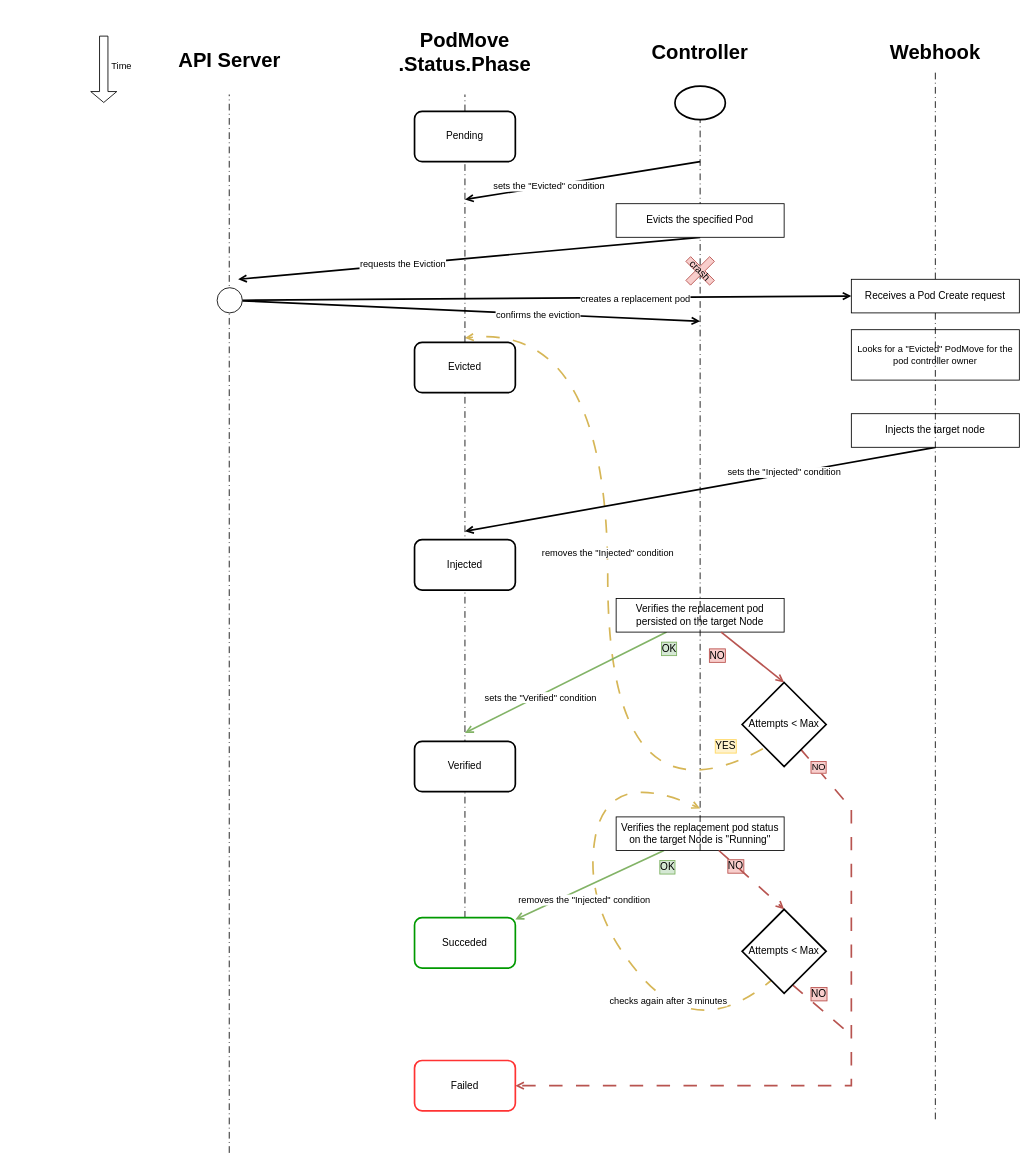
Above: notes/timeline-evicted-before.drawio in andreabuon/podtetris (draw.io), before the change. Source tidied: cells renumbered, new cells numbered last; positions are measured from the earlier drawing's top-left corner, leaving out a move shared by most shapes. Both pictures are drawn from the tidied source at 84%, with x=0, y=0 at pixel (103, 35).
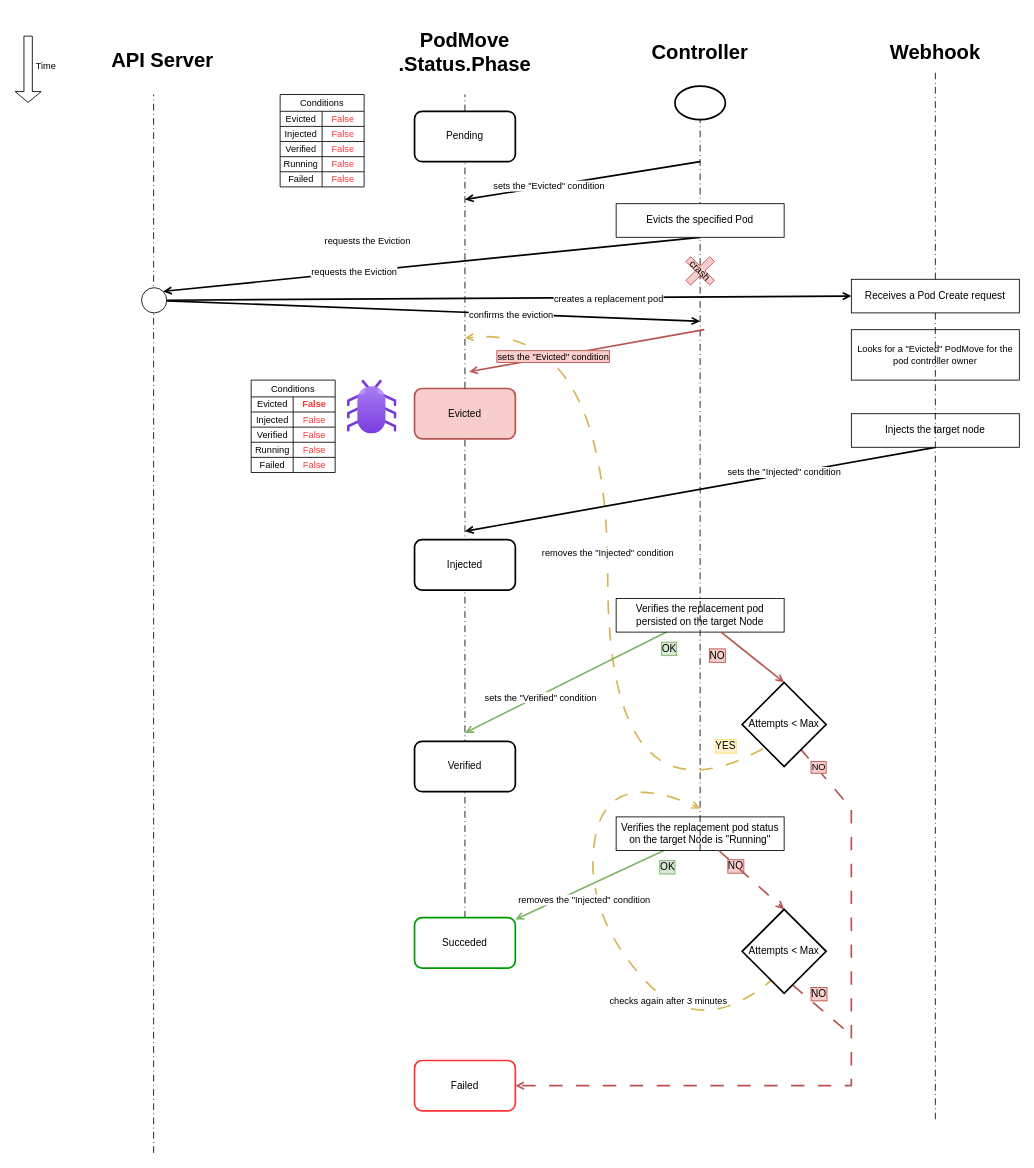
Above is the later version.

Commit message (it also covers changes not shown here):
docs(timelines): add conditions tables, bug on evicted before, change font colors, fix wrong "running" condition check

The change refers to these unchanged cells:
```xml
<mxCell id="54" value="Evicts the specified Pod" style="rounded=0;whiteSpace=wrap;html=1;" parent="1" vertex="1">
  <mxGeometry x="610" y="200" width="200" height="40" as="geometry" />
</mxCell>
```

What changed in the source:
```diff
@@
-    <mxCell id="6" value="Evicted" style="rounded=1;whiteSpace=wrap;html=1;strokeWidth=2;" parent="1" vertex="1">
-      <mxGeometry x="370" y="365" width="120" height="60" as="geometry" />
+    <mxCell id="6" value="Evicted" style="rounded=1;whiteSpace=wrap;html=1;strokeWidth=2;shadow=0;glass=0;fillColor=#f8cecc;strokeColor=#b85450;" parent="1" vertex="1">
+      <mxGeometry x="370" y="420" width="120" height="60" as="geometry" />
     </mxCell>
@@
-    <mxCell id="14" style="endArrow=open;html=1;rounded=0;exitX=0.5;exitY=1;exitDx=0;exitDy=0;strokeWidth=2;endFill=0;" parent="1" edge="1" source="54">
-      <mxGeometry relative="1" as="geometry">
-        <mxPoint x="160" y="290" as="targetPoint" />
-      </mxGeometry>
+    <mxCell id="14" style="endArrow=open;html=1;rounded=0;exitX=0.5;exitY=1;exitDx=0;exitDy=0;strokeWidth=2;endFill=0;entryX=1;entryY=0;entryDx=0;entryDy=0;" parent="1" edge="1" source="54" target="60">
+      <mxGeometry relative="1" as="geometry" />
     </mxCell>
@@
     <mxCell id="45" style="shape=flexArrow;endArrow=classic;html=1;rounded=0;strokeWidth=1;startSize=4;endSize=4;" parent="1" edge="1">
       <mxGeometry relative="1" as="geometry">
-        <mxPoint as="sourcePoint" />
-        <mxPoint y="80" as="targetPoint" />
+        <mxPoint x="-90" as="sourcePoint" />
+        <mxPoint x="-90" y="80" as="targetPoint" />
       </mxGeometry>
     </mxCell>
@@
     <mxCell id="48" value="&lt;h1&gt;API Server&lt;/h1&gt;" style="text;html=1;whiteSpace=wrap;strokeColor=none;fillColor=none;align=center;verticalAlign=middle;rounded=0;fontStyle=0;fontSize=12;fontFamily=Helvetica;textShadow=0;labelBorderColor=none;" parent="1" vertex="1">
-      <mxGeometry x="50" y="10" width="200" height="40" as="geometry" />
+      <mxGeometry x="-30" y="10" width="200" height="40" as="geometry" />
     </mxCell>
@@
     <mxCell id="55" style="endArrow=none;html=1;rounded=0;dashed=1;dashPattern=8 4 1 4;" parent="1" edge="1">
       <mxGeometry relative="1" as="geometry">
-        <mxPoint x="149.4" y="1330" as="sourcePoint" />
-        <mxPoint x="149.4" y="70" as="targetPoint" />
+        <mxPoint x="59.4" y="1330" as="sourcePoint" />
+        <mxPoint x="59.4" y="70" as="targetPoint" />
       </mxGeometry>
     </mxCell>
@@
     <mxCell id="60" style="ellipse;whiteSpace=wrap;html=1;shapeInside=1;" parent="1" vertex="1">
-      <mxGeometry x="135" y="300" width="30" height="30" as="geometry" />
+      <mxGeometry x="45" y="300" width="30" height="30" as="geometry" />
     </mxCell>
@@
+    <mxCell id="62" value="requests the Eviction" style="edgeLabel;html=1;align=center;verticalAlign=middle;" parent="1" vertex="1">
+      <mxGeometry x="313.7" y="244.9" as="geometry" />
+    </mxCell>
+    <mxCell id="63" value="Conditions" style="shape=table;startSize=20;childLayout=tableLayout;strokeColor=default;fontSize=11;" parent="1" vertex="1">
+      <mxGeometry x="210" y="70" width="100" height="110" as="geometry" />
+    </mxCell>
+    <mxCell id="64" style="shape=tableRow;horizontal=0;startSize=0;swimlaneHead=0;swimlaneBody=0;strokeColor=inherit;top=0;left=0;bottom=0;right=0;fillColor=none;fontSize=11;" parent="63" vertex="1">
+      <mxGeometry y="20" width="100" height="18" as="geometry" />
+    </mxCell>
+    <mxCell id="65" value="Evicted" style="shape=partialRectangle;html=1;whiteSpace=wrap;strokeColor=inherit;overflow=hidden;fillColor=none;top=0;left=0;bottom=0;right=0;fontSize=11;" parent="64" vertex="1">
+      <mxGeometry width="50" height="18" as="geometry" />
+    </mxCell>
+    <mxCell id="66" value="&lt;span style=&quot;color: rgb(255, 51, 51);&quot;&gt;False&lt;/span&gt;" style="shape=partialRectangle;html=1;whiteSpace=wrap;strokeColor=inherit;overflow=hidden;fillColor=none;top=0;left=0;bottom=0;right=0;fontSize=11;" parent="64" vertex="1">
+      <mxGeometry x="50" width="50" height="18" as="geometry" />
+    </mxCell>
+    <mxCell id="67" style="shape=tableRow;horizontal=0;startSize=0;swimlaneHead=0;swimlaneBody=0;strokeColor=inherit;top=0;left=0;bottom=0;right=0;fillColor=none;fontSize=11;" parent="63" vertex="1">
+      <mxGeometry y="38" width="100" height="18" as="geometry" />
+    </mxCell>
+    <mxCell id="68" value="Injected" style="shape=partialRectangle;html=1;whiteSpace=wrap;strokeColor=inherit;overflow=hidden;fillColor=none;top=0;left=0;bottom=0;right=0;fontSize=11;" parent="67" vertex="1">
+      <mxGeometry width="50" height="18" as="geometry" />
+    </mxCell>
+    <mxCell id="69" value="&lt;span style=&quot;color: rgb(255, 51, 51);&quot;&gt;False&lt;/span&gt;" style="shape=partialRectangle;html=1;whiteSpace=wrap;strokeColor=inherit;overflow=hidden;fillColor=none;top=0;left=0;bottom=0;right=0;fontSize=11;" parent="67" vertex="1">
+      <mxGeometry x="50" width="50" height="18" as="geometry" />
+    </mxCell>
+    <mxCell id="70" style="shape=tableRow;horizontal=0;startSize=0;swimlaneHead=0;swimlaneBody=0;strokeColor=inherit;top=0;left=0;bottom=0;right=0;fillColor=none;fontSize=11;" parent="63" vertex="1">
+      <mxGeometry y="56" width="100" height="18" as="geometry" />
+    </mxCell>
+    <mxCell id="71" value="Verified" style="shape=partialRectangle;html=1;whiteSpace=wrap;strokeColor=inherit;overflow=hidden;fillColor=none;top=0;left=0;bottom=0;right=0;fontSize=11;" parent="70" vertex="1">
+      <mxGeometry width="50" height="18" as="geometry" />
+    </mxCell>
+    <mxCell id="72" value="&lt;span style=&quot;color: rgb(255, 51, 51);&quot;&gt;False&lt;/span&gt;" style="shape=partialRectangle;html=1;whiteSpace=wrap;strokeColor=inherit;overflow=hidden;fillColor=none;top=0;left=0;bottom=0;right=0;fontSize=11;" parent="70" vertex="1">
+      <mxGeometry x="50" width="50" height="18" as="geometry" />
+    </mxCell>
+    <mxCell id="73" style="shape=tableRow;horizontal=0;startSize=0;swimlaneHead=0;swimlaneBody=0;strokeColor=inherit;top=0;left=0;bottom=0;right=0;fillColor=none;fontSize=11;" parent="63" vertex="1">
+      <mxGeometry y="74" width="100" height="18" as="geometry" />
+    </mxCell>
+    <mxCell id="74" value="Running" style="shape=partialRectangle;html=1;whiteSpace=wrap;strokeColor=inherit;overflow=hidden;fillColor=none;top=0;left=0;bottom=0;right=0;fontSize=11;" parent="73" vertex="1">
+      <mxGeometry width="50" height="18" as="geometry" />
+    </mxCell>
+    <mxCell id="75" value="&lt;span style=&quot;color: rgb(255, 51, 51);&quot;&gt;False&lt;/span&gt;" style="shape=partialRectangle;html=1;whiteSpace=wrap;strokeColor=inherit;overflow=hidden;fillColor=none;top=0;left=0;bottom=0;right=0;fontSize=11;" parent="73" vertex="1">
+      <mxGeometry x="50" width="50" height="18" as="geometry" />
+    </mxCell>
+    <mxCell id="76" style="shape=tableRow;horizontal=0;startSize=0;swimlaneHead=0;swimlaneBody=0;strokeColor=inherit;top=0;left=0;bottom=0;right=0;fillColor=none;fontSize=11;" parent="63" vertex="1">
+      <mxGeometry y="92" width="100" height="18" as="geometry" />
+    </mxCell>
+    <mxCell id="77" value="Failed" style="shape=partialRectangle;html=1;whiteSpace=wrap;strokeColor=inherit;overflow=hidden;fillColor=none;top=0;left=0;bottom=0;right=0;fontSize=11;" parent="76" vertex="1">
+      <mxGeometry width="50" height="18" as="geometry" />
+    </mxCell>
+    <mxCell id="78" value="&lt;span style=&quot;color: rgb(255, 51, 51);&quot;&gt;False&lt;/span&gt;" style="shape=partialRectangle;html=1;whiteSpace=wrap;strokeColor=inherit;overflow=hidden;fillColor=none;top=0;left=0;bottom=0;right=0;fontSize=11;" parent="76" vertex="1">
+      <mxGeometry x="50" width="50" height="18" as="geometry" />
+    </mxCell>
+    <mxCell id="79" value="Conditions" style="shape=table;startSize=20;childLayout=tableLayout;strokeColor=default;fontSize=11;" parent="1" vertex="1">
+      <mxGeometry x="175.5" y="410" width="100" height="110" as="geometry" />
+    </mxCell>
+    <mxCell id="80" style="shape=tableRow;horizontal=0;startSize=0;swimlaneHead=0;swimlaneBody=0;strokeColor=inherit;top=0;left=0;bottom=0;right=0;fillColor=none;fontSize=11;" parent="79" vertex="1">
+      <mxGeometry y="20" width="100" height="18" as="geometry" />
+    </mxCell>
+    <mxCell id="81" value="Evicted" style="shape=partialRectangle;html=1;whiteSpace=wrap;strokeColor=inherit;overflow=hidden;fillColor=none;top=0;left=0;bottom=0;right=0;fontSize=11;" parent="80" vertex="1">
+      <mxGeometry width="50" height="18" as="geometry" />
+    </mxCell>
+    <mxCell id="82" value="&lt;span style=&quot;color: rgb(255, 51, 51);&quot;&gt;&lt;b&gt;False&lt;/b&gt;&lt;/span&gt;" style="shape=partialRectangle;html=1;whiteSpace=wrap;strokeColor=inherit;overflow=hidden;fillColor=none;top=0;left=0;bottom=0;right=0;fontSize=11;" parent="80" vertex="1">
+      <mxGeometry x="50" width="50" height="18" as="geometry" />
+    </mxCell>
+    <mxCell id="83" style="shape=tableRow;horizontal=0;startSize=0;swimlaneHead=0;swimlaneBody=0;strokeColor=inherit;top=0;left=0;bottom=0;right=0;fillColor=none;fontSize=11;" parent="79" vertex="1">
+      <mxGeometry y="38" width="100" height="18" as="geometry" />
+    </mxCell>
+    <mxCell id="84" value="Injected" style="shape=partialRectangle;html=1;whiteSpace=wrap;strokeColor=inherit;overflow=hidden;fillColor=none;top=0;left=0;bottom=0;right=0;fontSize=11;" parent="83" vertex="1">
+      <mxGeometry width="50" height="18" as="geometry" />
+    </mxCell>
+    <mxCell id="85" value="&lt;span style=&quot;color: rgb(255, 51, 51);&quot;&gt;False&lt;/span&gt;" style="shape=partialRectangle;html=1;whiteSpace=wrap;strokeColor=inherit;overflow=hidden;fillColor=none;top=0;left=0;bottom=0;right=0;fontSize=11;" parent="83" vertex="1">
+      <mxGeometry x="50" width="50" height="18" as="geometry" />
+    </mxCell>
+    <mxCell id="86" style="shape=tableRow;horizontal=0;startSize=0;swimlaneHead=0;swimlaneBody=0;strokeColor=inherit;top=0;left=0;bottom=0;right=0;fillColor=none;fontSize=11;" parent="79" vertex="1">
+      <mxGeometry y="56" width="100" height="18" as="geometry" />
+    </mxCell>
+    <mxCell id="87" value="Verified" style="shape=partialRectangle;html=1;whiteSpace=wrap;strokeColor=inherit;overflow=hidden;fillColor=none;top=0;left=0;bottom=0;right=0;fontSize=11;" parent="86" vertex="1">
+      <mxGeometry width="50" height="18" as="geometry" />
+    </mxCell>
+    <mxCell id="88" value="&lt;span style=&quot;color: rgb(255, 51, 51);&quot;&gt;False&lt;/span&gt;" style="shape=partialRectangle;html=1;whiteSpace=wrap;strokeColor=inherit;overflow=hidden;fillColor=none;top=0;left=0;bottom=0;right=0;fontSize=11;" parent="86" vertex="1">
+      <mxGeometry x="50" width="50" height="18" as="geometry" />
+    </mxCell>
+    <mxCell id="89" style="shape=tableRow;horizontal=0;startSize=0;swimlaneHead=0;swimlaneBody=0;strokeColor=inherit;top=0;left=0;bottom=0;right=0;fillColor=none;fontSize=11;" parent="79" vertex="1">
+      <mxGeometry y="74" width="100" height="18" as="geometry" />
+    </mxCell>
+    <mxCell id="90" value="Running" style="shape=partialRectangle;html=1;whiteSpace=wrap;strokeColor=inherit;overflow=hidden;fillColor=none;top=0;left=0;bottom=0;right=0;fontSize=11;" parent="89" vertex="1">
+      <mxGeometry width="50" height="18" as="geometry" />
+    </mxCell>
+    <mxCell id="91" value="&lt;span style=&quot;color: rgb(255, 51, 51);&quot;&gt;False&lt;/span&gt;" style="shape=partialRectangle;html=1;whiteSpace=wrap;strokeColor=inherit;overflow=hidden;fillColor=none;top=0;left=0;bottom=0;right=0;fontSize=11;" parent="89" vertex="1">
+      <mxGeometry x="50" width="50" height="18" as="geometry" />
+    </mxCell>
+    <mxCell id="92" style="shape=tableRow;horizontal=0;startSize=0;swimlaneHead=0;swimlaneBody=0;strokeColor=inherit;top=0;left=0;bottom=0;right=0;fillColor=none;fontSize=11;" parent="79" vertex="1">
+      <mxGeometry y="92" width="100" height="18" as="geometry" />
+    </mxCell>
+    <mxCell id="93" value="Failed" style="shape=partialRectangle;html=1;whiteSpace=wrap;strokeColor=inherit;overflow=hidden;fillColor=none;top=0;left=0;bottom=0;right=0;fontSize=11;" parent="92" vertex="1">
+      <mxGeometry width="50" height="18" as="geometry" />
+    </mxCell>
+    <mxCell id="94" value="&lt;span style=&quot;color: rgb(255, 51, 51);&quot;&gt;False&lt;/span&gt;" style="shape=partialRectangle;html=1;whiteSpace=wrap;strokeColor=inherit;overflow=hidden;fillColor=none;top=0;left=0;bottom=0;right=0;fontSize=11;" parent="92" vertex="1">
+      <mxGeometry x="50" width="50" height="18" as="geometry" />
+    </mxCell>
+    <mxCell id="95" style="image;html=1;align=center;fontSize=12;image=img/lib/azure2/general/Bug.svg;" parent="1" vertex="1">
+      <mxGeometry x="290" y="410" width="59" height="64" as="geometry" />
+    </mxCell>
+    <mxCell id="96" style="endArrow=open;html=1;rounded=0;strokeWidth=2;endFill=0;fillColor=#f8cecc;strokeColor=#b85450;" parent="1" edge="1">
+      <mxGeometry relative="1" as="geometry">
+        <mxPoint x="715" y="350" as="sourcePoint" />
+        <mxPoint x="435" y="400" as="targetPoint" />
+      </mxGeometry>
+    </mxCell>
+    <mxCell id="97" value="sets the &quot;Evicted&quot; condition" style="edgeLabel;html=1;align=center;verticalAlign=middle;labelBackgroundColor=#f8cecc;labelBorderColor=#b85450;" parent="96" vertex="1">
+      <mxGeometry x="0.29" y="-1" relative="1" as="geometry" />
+    </mxCell>
```
